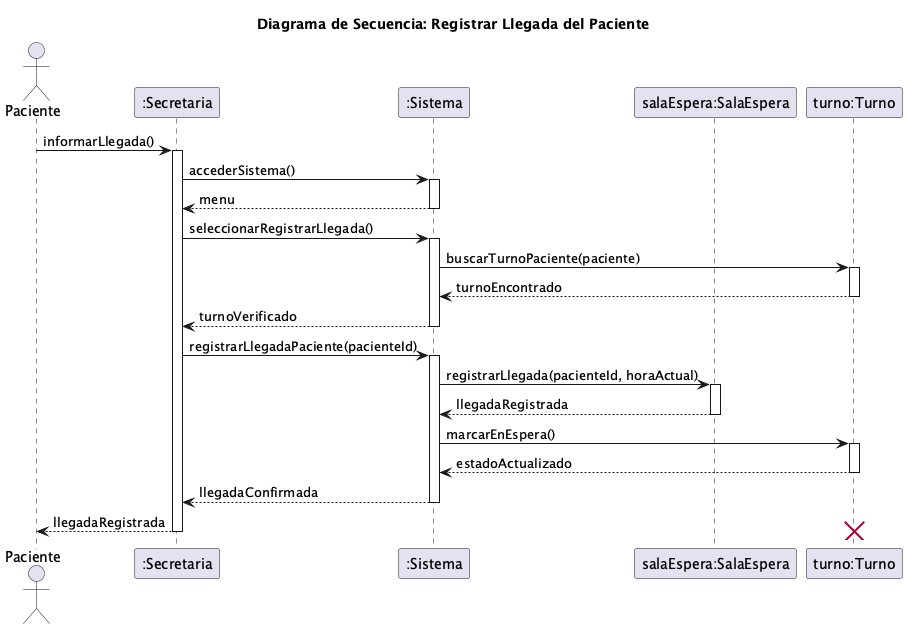
Earlier version of the PlantUML export diagramas/05-diagramas-secuencia/05-secuencia-registrar-llegada-registrar-llegada-del-paciente-03.png (FacundoGuiraldes/SistemaTurnosMedicos).
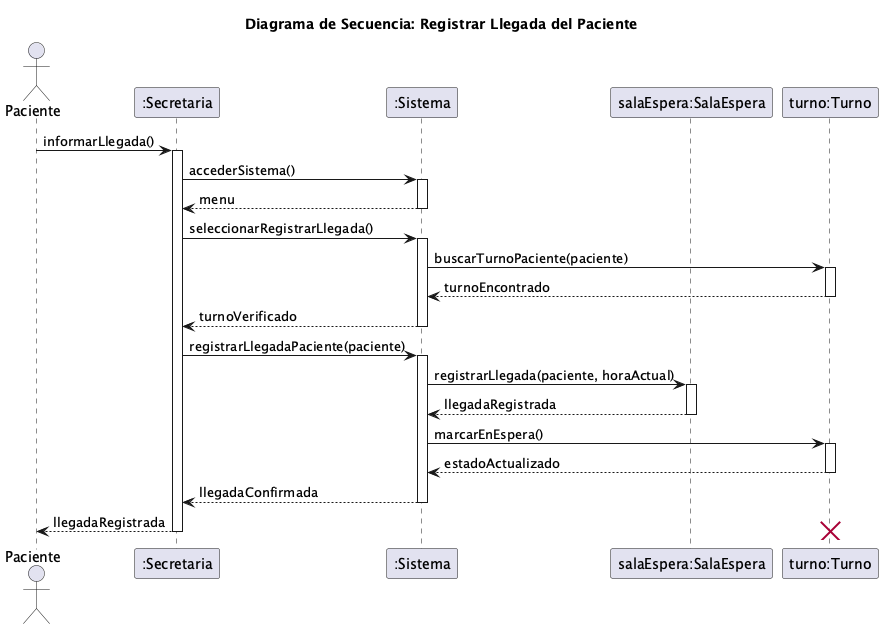
After the commit.

Commit message:
fix(diagramas): alinear mensajes de secuencia con abstracción UML (RCN5-9)

The edit, as a diff of the source:
```diff
@@ -21,9 +21,9 @@
 deactivate turno
 sistema --> secretaria: turnoVerificado
 deactivate sistema
-secretaria -> sistema: registrarLlegadaPaciente(pacienteId)
+secretaria -> sistema: registrarLlegadaPaciente(paciente)
 activate sistema
-sistema -> salaEspera: registrarLlegada(pacienteId, horaActual)
+sistema -> salaEspera: registrarLlegada(paciente, horaActual)
 activate salaEspera
 salaEspera --> sistema: llegadaRegistrada
 deactivate salaEspera
```
